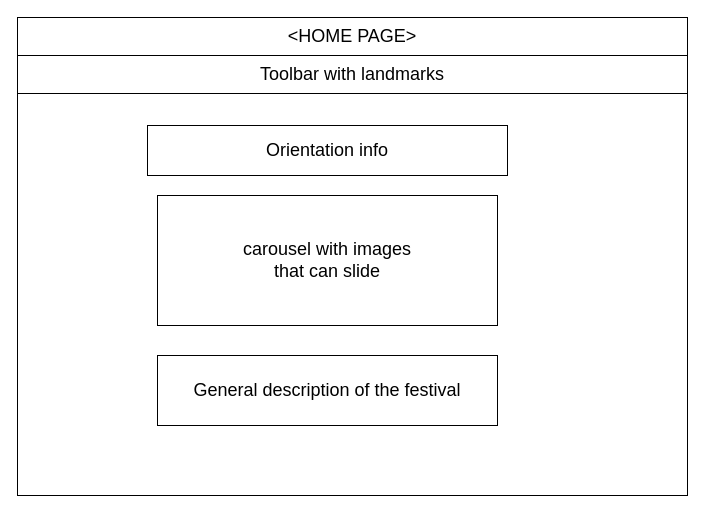
The draw.io diagram other/documentation/frontend/DRAW IO desing/home.drawio in LeonardoPanizzo/hypermedia2019, before the edit. Source tidied: cells renumbered, new cells numbered last; positions are measured from the earlier drawing's top-left corner, leaving out a move shared by most shapes. Both pictures are drawn from the tidied source at 100%, with x=0, y=0 at pixel (17, 17).
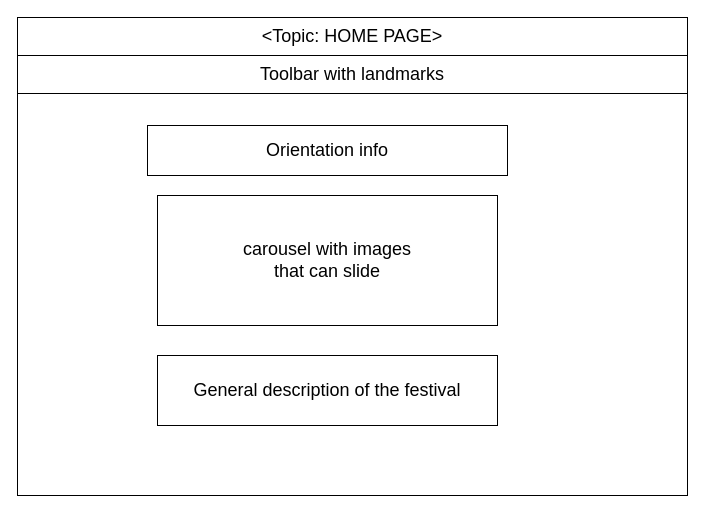
Above is the later version.

Commit message (it also covers changes not shown here):
complete c-idm

What changed in the source:
```diff
@@
 <mxGraphModel>
   <root>
     <mxCell id="0" />
     <mxCell id="1" parent="0" />
     <mxCell id="2" style="rounded=0;whiteSpace=wrap;html=1;" parent="1" vertex="1">
       <mxGeometry width="670" height="478" as="geometry" />
     </mxCell>
     <mxCell id="3" value="&lt;span style=&quot;font-size: 18px;&quot;&gt;Toolbar with landmarks&lt;/span&gt;" style="rounded=0;whiteSpace=wrap;html=1;fontSize=18;" parent="1" vertex="1">
       <mxGeometry y="38" width="670" height="38" as="geometry" />
     </mxCell>
     <mxCell id="4" value="&lt;font style=&quot;font-size: 18px;&quot;&gt;Orientation info&lt;/font&gt;" style="text;html=1;strokeColor=#000000;fillColor=none;align=center;verticalAlign=middle;whiteSpace=wrap;rounded=0;fontSize=18;" parent="1" vertex="1">
       <mxGeometry x="130" y="108" width="360" height="50" as="geometry" />
     </mxCell>
     <mxCell id="5" value="carousel with images &lt;br&gt;that can slide" style="text;html=1;strokeColor=#000000;fillColor=none;align=center;verticalAlign=middle;whiteSpace=wrap;rounded=0;fontSize=18;" parent="1" vertex="1">
       <mxGeometry x="140" y="178" width="340" height="130" as="geometry" />
     </mxCell>
     <mxCell id="6" value="General description of the festival" style="text;html=1;strokeColor=#000000;fillColor=none;align=center;verticalAlign=middle;whiteSpace=wrap;rounded=0;fontSize=18;" parent="1" vertex="1">
       <mxGeometry x="140" y="338" width="340" height="70" as="geometry" />
     </mxCell>
-    <mxCell id="7" value="&amp;lt;HOME PAGE&amp;gt;" style="rounded=0;whiteSpace=wrap;html=1;fontSize=18;" parent="1" vertex="1">
+    <mxCell id="7" value="&amp;lt;Topic: HOME PAGE&amp;gt;" style="rounded=0;whiteSpace=wrap;html=1;fontSize=18;" parent="1" vertex="1">
       <mxGeometry width="670" height="38" as="geometry" />
     </mxCell>
   </root>
 </mxGraphModel>
```
